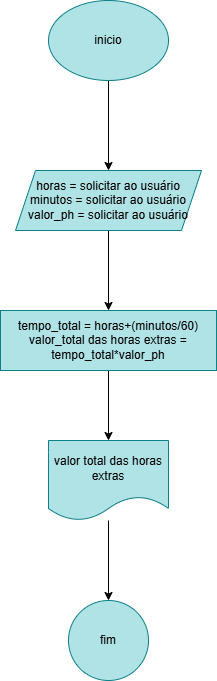
Above: variaveiseoperadoresaritmeticos.txt/HoraExtra.drawio.png in BrunoSantosTI/PA_python (draw.io), before the change. Source tidied: cells renumbered, new cells last; positions are measured from the earlier drawing's top-left corner, leaving out a move shared by most shapes.
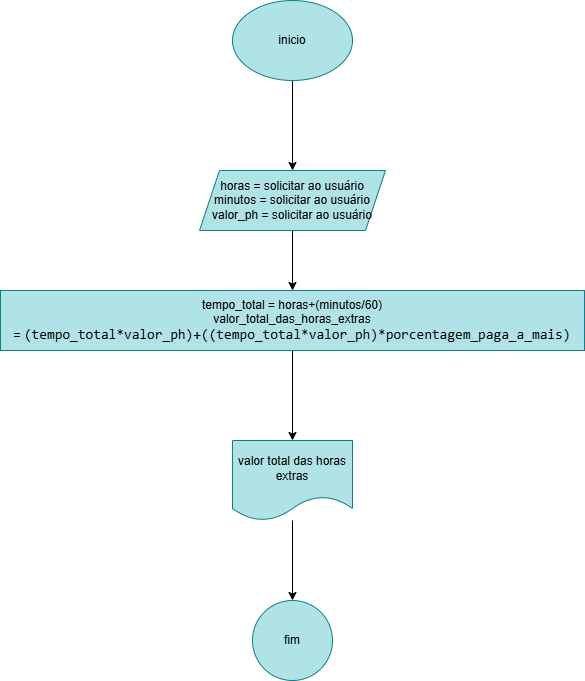
After the change.

Diff of the diagram source:
```diff
@@ -17,8 +17,8 @@
     <mxCell id="6" style="edgeStyle=orthogonalEdgeStyle;rounded=0;jettySize=auto;html=1;" parent="1" edge="1" source="7" target="9">
       <mxGeometry relative="1" as="geometry" />
     </mxCell>
-    <mxCell id="7" value="tempo_total = horas+(minutos/60)&lt;div&gt;valor_total das horas extras = tempo_total*valor_ph&lt;/div&gt;" style="whiteSpace=wrap;html=1;fillColor=#b0e3e6;strokeColor=#0e8088;" parent="1" vertex="1">
-      <mxGeometry y="310" width="216" height="60" as="geometry" />
+    <mxCell id="7" value="tempo_total = horas+(minutos/60)&lt;div&gt;valor_total_das_horas_extras =&amp;nbsp;&lt;span style=&quot;font-family: monospace, Consolas, &amp;quot;Courier New&amp;quot;, monospace; font-size: 14px; white-space: pre; color: light-dark(rgb(0, 0, 0), rgb(255, 255, 255));&quot;&gt;(tempo_total*valor_ph)+((tempo_total*&lt;/span&gt;&lt;span style=&quot;font-family: monospace, Consolas, &amp;quot;Courier New&amp;quot;, monospace; font-size: 14px; white-space: pre; color: light-dark(rgb(0, 0, 0), rgb(255, 255, 255));&quot;&gt;valor_ph&lt;/span&gt;&lt;span style=&quot;font-family: monospace, Consolas, &amp;quot;Courier New&amp;quot;, monospace; font-size: 14px; white-space: pre; color: light-dark(rgb(0, 0, 0), rgb(255, 255, 255));&quot;&gt;)*porcentagem_paga_a_mais)&lt;/span&gt;&lt;/div&gt;" style="whiteSpace=wrap;html=1;fillColor=#b0e3e6;strokeColor=#0e8088;" parent="1" vertex="1">
+      <mxGeometry x="-184" y="290" width="584" height="60" as="geometry" />
     </mxCell>
     <mxCell id="8" style="edgeStyle=orthogonalEdgeStyle;rounded=0;jettySize=auto;html=1;" parent="1" edge="1" source="9" target="10">
       <mxGeometry relative="1" as="geometry" />
```
